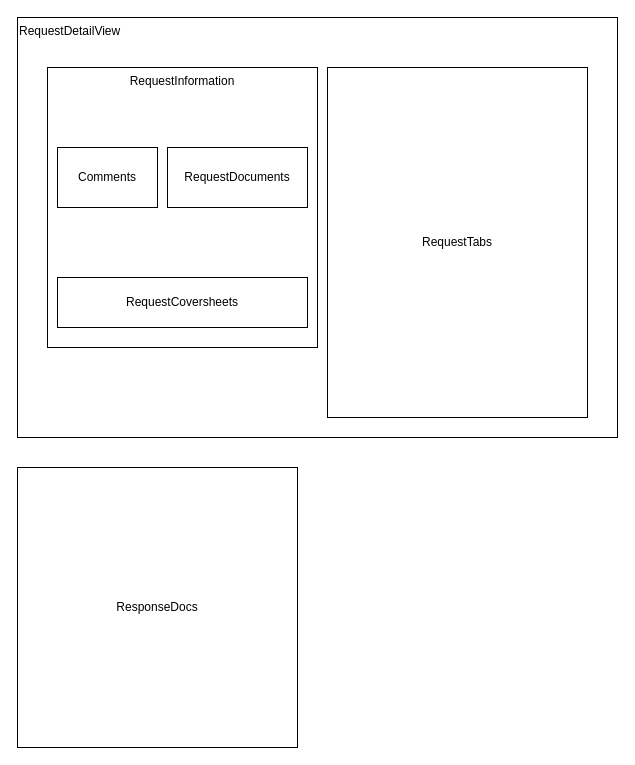
The draw.io diagram docs/design.drawio in James-JohnsonBE/demo, before the edit. Source tidied: cells renumbered, new cells numbered last; positions are measured from the earlier drawing's top-left corner, leaving out a move shared by most shapes. Both pictures are drawn from the tidied source at 100%, with x=0, y=0 at pixel (17, 17).
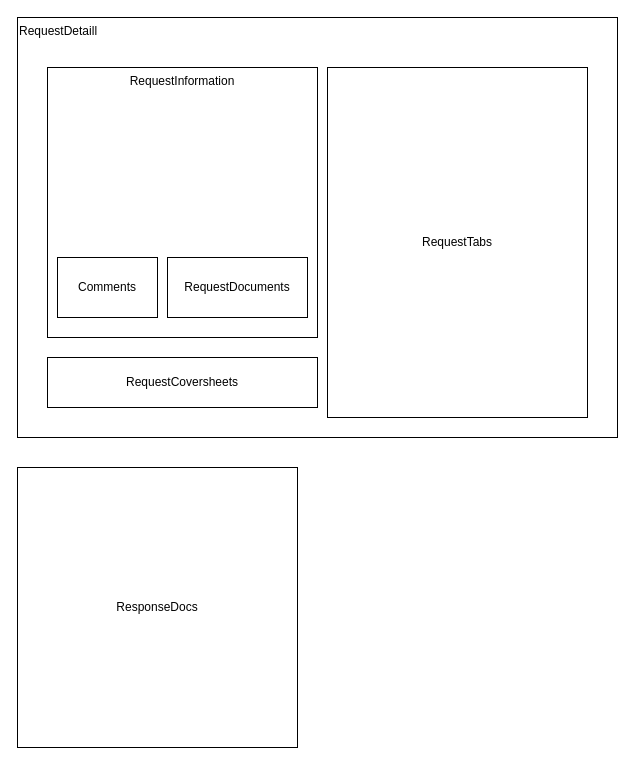
The same page after the edit.

Diff of the diagram source:
```diff
@@
 <mxGraphModel>
   <root>
     <mxCell id="0" />
     <mxCell id="1" parent="0" />
-    <mxCell id="2" value="&lt;div style=&quot;&quot;&gt;&lt;span style=&quot;background-color: initial;&quot;&gt;RequestDetailView&lt;/span&gt;&lt;/div&gt;" style="rounded=0;whiteSpace=wrap;html=1;align=left;verticalAlign=top;" parent="1" vertex="1">
+    <mxCell id="2" value="&lt;div style=&quot;&quot;&gt;&lt;span style=&quot;background-color: initial;&quot;&gt;RequestDetaill&lt;/span&gt;&lt;/div&gt;" style="rounded=0;whiteSpace=wrap;html=1;align=left;verticalAlign=top;" parent="1" vertex="1">
       <mxGeometry width="600" height="420" as="geometry" />
     </mxCell>
     <mxCell id="3" value="RequestInformation" style="rounded=0;whiteSpace=wrap;html=1;verticalAlign=top;" parent="1" vertex="1">
-      <mxGeometry x="30" y="50" width="270" height="280" as="geometry" />
+      <mxGeometry x="30" y="50" width="270" height="270" as="geometry" />
     </mxCell>
     <mxCell id="4" value="RequestTabs" style="rounded=0;whiteSpace=wrap;html=1;" parent="1" vertex="1">
       <mxGeometry x="310" y="50" width="260" height="350" as="geometry" />
     </mxCell>
     <mxCell id="5" value="RequestDocuments" style="rounded=0;whiteSpace=wrap;html=1;" parent="1" vertex="1">
-      <mxGeometry x="150" y="130" width="140" height="60" as="geometry" />
+      <mxGeometry x="150" y="240" width="140" height="60" as="geometry" />
     </mxCell>
     <mxCell id="6" value="RequestCoversheets" style="rounded=0;whiteSpace=wrap;html=1;" parent="1" vertex="1">
-      <mxGeometry x="40" y="260" width="250" height="50" as="geometry" />
+      <mxGeometry x="30" y="340" width="270" height="50" as="geometry" />
     </mxCell>
     <mxCell id="7" value="ResponseDocs" style="whiteSpace=wrap;html=1;" parent="1" vertex="1">
       <mxGeometry y="450" width="280" height="280" as="geometry" />
     </mxCell>
     <mxCell id="8" value="Comments" style="rounded=0;whiteSpace=wrap;html=1;" parent="1" vertex="1">
-      <mxGeometry x="40" y="130" width="100" height="60" as="geometry" />
+      <mxGeometry x="40" y="240" width="100" height="60" as="geometry" />
     </mxCell>
   </root>
 </mxGraphModel>
```
